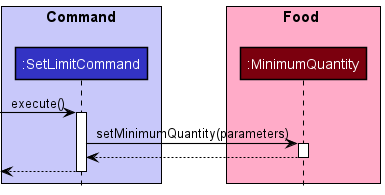
Earlier version of the PlantUML export docs/diagrams/diagram_images/SetLimitSequenceDiagram.png (nus-cs2113-AY2021S2/tp).
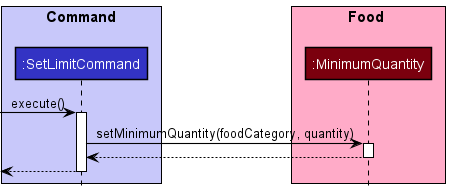
The same file after the commit.

Diff of the diagram source:
```diff
@@ -12,7 +12,7 @@
 -> SetLimitCommand: execute()
 activate SetLimitCommand
 
-SetLimitCommand-> MinimumQuantity: setMinimumQuantity(parameters)
+SetLimitCommand-> MinimumQuantity: setMinimumQuantity(foodCategory, quantity)
 activate MinimumQuantity
 return
 return
```
